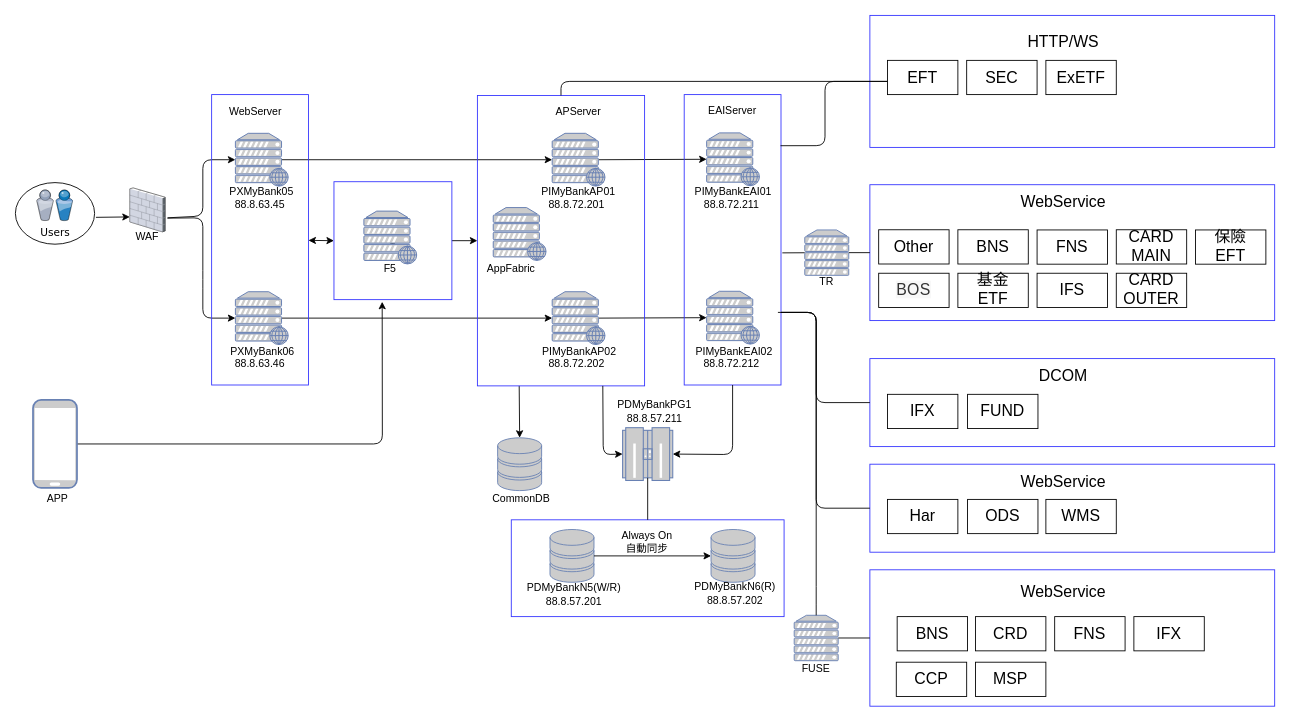
Above: 網銀架構圖.drawio in YuHaoLiaoTony/MyImage (draw.io), before the change. Source tidied: cells renumbered, new cells numbered last; positions are measured from the earlier drawing's top-left corner, leaving out a move shared by most shapes. Both pictures are drawn from the tidied source at 88%, with x=0, y=0 at pixel (15, 15).
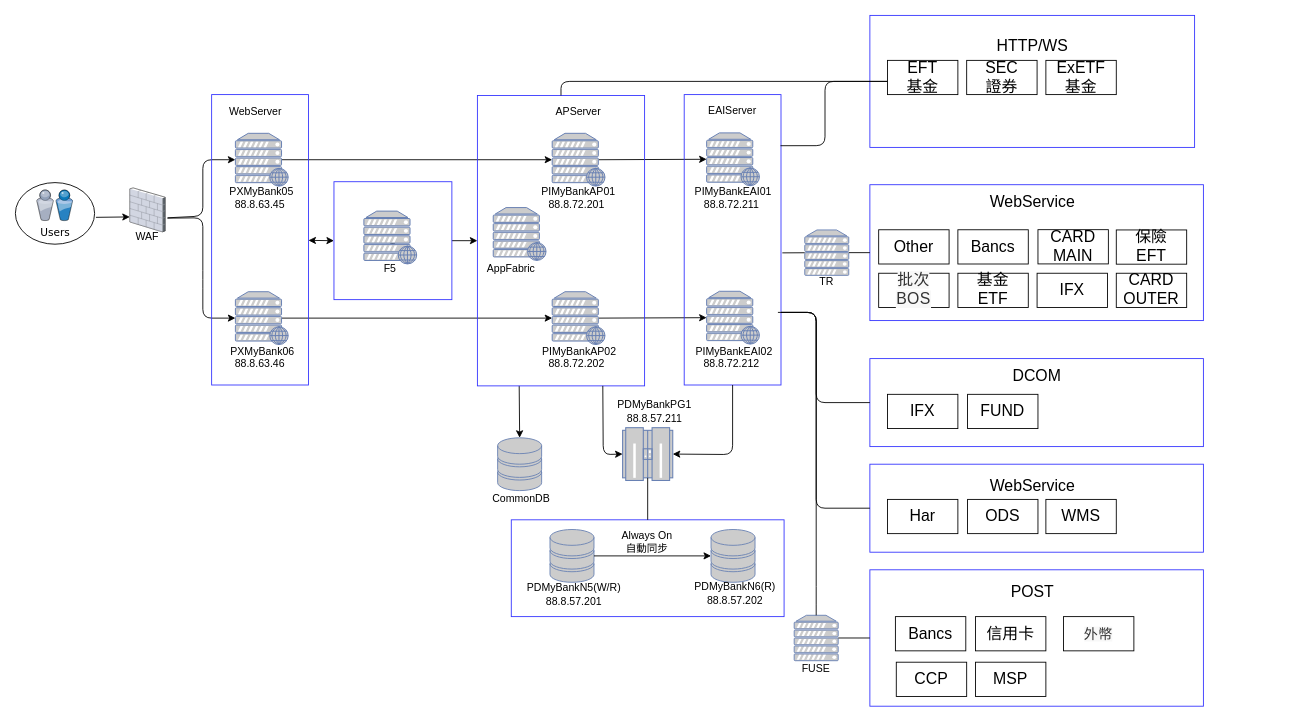
After the change.

The change refers to these unchanged cells:
```xml
<mxCell id="60" value="1" style="whiteSpace=wrap;html=1;strokeColor=#3333FF;fillColor=none;" parent="1" vertex="1">
  <mxGeometry x="362" y="189" width="134" height="134" as="geometry" />
</mxCell>
```

Change to the diagram source:
```diff
@@
-    <mxCell id="24" style="endArrow=classic;html=1;exitX=1;exitY=0.5;exitDx=0;exitDy=0;exitPerimeter=0;entryX=0.409;entryY=1.018;entryDx=0;entryDy=0;entryPerimeter=0;" parent="1" edge="1" source="27" target="60">
-      <mxGeometry relative="1" as="geometry">
-        <Array as="points">
-          <mxPoint x="417" y="487" />
-        </Array>
-      </mxGeometry>
-    </mxCell>
@@
-    <mxCell id="26" style="group;" parent="1" vertex="1">
-      <mxGeometry x="20" y="437" width="50" height="123" as="geometry" />
-    </mxCell>
-    <mxCell id="27" style="fontColor=#0066CC;verticalAlign=top;verticalLabelPosition=bottom;labelPosition=center;align=center;html=1;outlineConnect=0;fillColor=#CCCCCC;strokeColor=#6881B3;gradientColor=none;gradientDirection=north;strokeWidth=2;shape=mxgraph.networks.mobile;" parent="26" vertex="1">
-      <mxGeometry width="50" height="100" as="geometry" />
-    </mxCell>
-    <mxCell id="28" value="APP" style="text;html=1;strokeColor=none;fillColor=none;align=center;verticalAlign=middle;whiteSpace=wrap;rounded=0;" parent="26" vertex="1">
-      <mxGeometry x="8" y="103" width="40" height="20" as="geometry" />
-    </mxCell>
@@
     <mxCell id="79" style="rounded=0;whiteSpace=wrap;html=1;strokeColor=#3333FF;fillColor=none;fontSize=18;" parent="1" vertex="1">
-      <mxGeometry x="971" y="192.4" width="460" height="154.4" as="geometry" />
+      <mxGeometry x="971" y="192.4" width="379" height="154.4" as="geometry" />
     </mxCell>
@@
     <mxCell id="81" value="WebService" style="text;html=1;strokeColor=none;fillColor=none;align=center;verticalAlign=middle;whiteSpace=wrap;rounded=0;fontSize=18;" parent="1" vertex="1">
-      <mxGeometry x="1141" y="202.4" width="100" height="20" as="geometry" />
+      <mxGeometry x="1105.5" y="202.4" width="100" height="20" as="geometry" />
     </mxCell>
     <mxCell id="82" style="rounded=0;whiteSpace=wrap;html=1;strokeColor=#3333FF;fillColor=none;fontSize=18;" parent="1" vertex="1">
-      <mxGeometry x="971" y="390" width="460" height="100" as="geometry" />
+      <mxGeometry x="971" y="390" width="379" height="100" as="geometry" />
     </mxCell>
     <mxCell id="83" value="DCOM" style="text;html=1;strokeColor=none;fillColor=none;align=center;verticalAlign=middle;whiteSpace=wrap;rounded=0;fontSize=18;" parent="1" vertex="1">
-      <mxGeometry x="1141" y="400" width="100" height="20" as="geometry" />
+      <mxGeometry x="1110.5" y="400" width="100" height="20" as="geometry" />
     </mxCell>
@@
     <mxCell id="85" style="rounded=0;whiteSpace=wrap;html=1;strokeColor=#3333FF;fillColor=none;fontSize=18;" parent="1" vertex="1">
-      <mxGeometry x="971" y="510" width="460" height="100" as="geometry" />
+      <mxGeometry x="971" y="510" width="379" height="100" as="geometry" />
     </mxCell>
     <mxCell id="86" value="WebService" style="text;html=1;strokeColor=none;fillColor=none;align=center;verticalAlign=middle;whiteSpace=wrap;rounded=0;fontSize=18;" parent="1" vertex="1">
-      <mxGeometry x="1141" y="520" width="100" height="20" as="geometry" />
+      <mxGeometry x="1105.5" y="525" width="100" height="20" as="geometry" />
     </mxCell>
@@
     <mxCell id="88" style="rounded=0;whiteSpace=wrap;html=1;strokeColor=#3333FF;fillColor=none;fontSize=18;" parent="1" vertex="1">
-      <mxGeometry x="971" width="460" height="150" as="geometry" />
+      <mxGeometry x="971" width="369" height="150" as="geometry" />
     </mxCell>
     <mxCell id="89" value="HTTP/WS" style="text;html=1;strokeColor=none;fillColor=none;align=center;verticalAlign=middle;whiteSpace=wrap;rounded=0;fontSize=18;" parent="1" vertex="1">
-      <mxGeometry x="1111" y="20" width="160" height="20" as="geometry" />
+      <mxGeometry x="1075.5" y="25" width="160" height="20" as="geometry" />
     </mxCell>
@@
     <mxCell id="96" style="rounded=0;whiteSpace=wrap;html=1;strokeColor=#3333FF;fillColor=none;fontSize=18;" parent="1" vertex="1">
-      <mxGeometry x="971" y="630" width="460" height="155" as="geometry" />
+      <mxGeometry x="971" y="630" width="379" height="155" as="geometry" />
     </mxCell>
@@
-    <mxCell id="99" value="BNS" style="rounded=0;whiteSpace=wrap;html=1;fontSize=18;" parent="1" vertex="1">
+    <mxCell id="99" value="Bancs" style="rounded=0;whiteSpace=wrap;html=1;fontSize=18;" parent="1" vertex="1">
       <mxGeometry x="1071" y="243.6" width="80" height="38.9" as="geometry" />
     </mxCell>
-    <mxCell id="100" value="FNS" style="rounded=0;whiteSpace=wrap;html=1;fontSize=18;" parent="1" vertex="1">
-      <mxGeometry x="1161" y="243.8" width="80" height="38.9" as="geometry" />
-    </mxCell>
     <mxCell id="101" value="CARD MAIN" style="rounded=0;whiteSpace=wrap;html=1;fontSize=18;" parent="1" vertex="1">
-      <mxGeometry x="1251" y="243.6" width="80" height="38.9" as="geometry" />
+      <mxGeometry x="1162" y="243.5" width="80" height="38.9" as="geometry" />
     </mxCell>
@@
-    <mxCell id="103" value="IFS" style="rounded=0;whiteSpace=wrap;html=1;fontSize=18;" parent="1" vertex="1">
+    <mxCell id="103" value="IFX" style="rounded=0;whiteSpace=wrap;html=1;fontSize=18;" parent="1" vertex="1">
       <mxGeometry x="1161" y="293" width="80" height="38.9" as="geometry" />
     </mxCell>
@@
-    <mxCell id="105" value="&lt;span style=&quot;color: rgb(51, 51, 51); font-size: 18px; letter-spacing: 0.35px; background-color: rgb(248, 248, 248);&quot;&gt;BOS&lt;/span&gt;" style="rounded=0;whiteSpace=wrap;html=1;fontSize=18;" parent="1" vertex="1">
+    <mxCell id="105" value="&lt;span style=&quot;color: rgb(51 , 51 , 51) ; font-size: 18px ; letter-spacing: 0.35px ; background-color: rgb(248 , 248 , 248)&quot;&gt;批次&lt;br&gt;BOS&lt;/span&gt;" style="rounded=0;whiteSpace=wrap;html=1;fontSize=18;" parent="1" vertex="1">
       <mxGeometry x="981" y="293" width="80" height="38.9" as="geometry" />
     </mxCell>
     <mxCell id="106" value="保險&lt;br style=&quot;font-size: 18px;&quot;&gt;EFT" style="rounded=0;whiteSpace=wrap;html=1;fontSize=18;" parent="1" vertex="1">
-      <mxGeometry x="1341" y="243.8" width="80" height="38.9" as="geometry" />
+      <mxGeometry x="1251" y="243.8" width="80" height="38.9" as="geometry" />
     </mxCell>
@@
-    <mxCell id="112" value="BNS" style="rounded=0;whiteSpace=wrap;html=1;fontSize=18;" parent="1" vertex="1">
-      <mxGeometry x="1002" y="683.2" width="80" height="38.9" as="geometry" />
-    </mxCell>
-    <mxCell id="113" value="WebService" style="text;html=1;strokeColor=none;fillColor=none;align=center;verticalAlign=middle;whiteSpace=wrap;rounded=0;fontSize=18;" parent="1" vertex="1">
-      <mxGeometry x="1141" y="645.4" width="100" height="20" as="geometry" />
+    <mxCell id="113" value="POST" style="text;html=1;strokeColor=none;fillColor=none;align=center;verticalAlign=middle;whiteSpace=wrap;rounded=0;fontSize=18;" parent="1" vertex="1">
+      <mxGeometry x="1105.5" y="645.4" width="100" height="20" as="geometry" />
     </mxCell>
-    <mxCell id="114" value="CRD" style="rounded=0;whiteSpace=wrap;html=1;fontSize=18;" parent="1" vertex="1">
+    <mxCell id="114" value="信用卡" style="rounded=0;whiteSpace=wrap;html=1;fontSize=18;" parent="1" vertex="1">
       <mxGeometry x="1091" y="683.2" width="80" height="38.9" as="geometry" />
     </mxCell>
-    <mxCell id="115" value="FNS" style="rounded=0;whiteSpace=wrap;html=1;fontSize=18;" parent="1" vertex="1">
-      <mxGeometry x="1181" y="683.2" width="80" height="38.9" as="geometry" />
+    <mxCell id="115" value="Bancs" style="rounded=0;whiteSpace=wrap;html=1;fontSize=18;" parent="1" vertex="1">
+      <mxGeometry x="1000" y="683.2" width="80" height="38.9" as="geometry" />
     </mxCell>
-    <mxCell id="116" value="EFT" style="rounded=0;whiteSpace=wrap;html=1;fontSize=18;" parent="1" vertex="1">
+    <mxCell id="116" value="EFT&lt;br&gt;基金" style="rounded=0;whiteSpace=wrap;html=1;fontSize=18;" parent="1" vertex="1">
       <mxGeometry x="991" y="51.1" width="80" height="38.9" as="geometry" />
     </mxCell>
-    <mxCell id="117" value="ExETF" style="rounded=0;whiteSpace=wrap;html=1;fontSize=18;" parent="1" vertex="1">
+    <mxCell id="117" value="ExETF&lt;br&gt;基金" style="rounded=0;whiteSpace=wrap;html=1;fontSize=18;" parent="1" vertex="1">
       <mxGeometry x="1171" y="51.1" width="80" height="38.9" as="geometry" />
     </mxCell>
-    <mxCell id="118" value="SEC" style="rounded=0;whiteSpace=wrap;html=1;fontSize=18;" parent="1" vertex="1">
+    <mxCell id="118" value="SEC&lt;br&gt;證券" style="rounded=0;whiteSpace=wrap;html=1;fontSize=18;" parent="1" vertex="1">
       <mxGeometry x="1081" y="51.1" width="80" height="38.9" as="geometry" />
     </mxCell>
-    <mxCell id="119" value="IFX" style="rounded=0;whiteSpace=wrap;html=1;fontSize=18;" parent="1" vertex="1">
-      <mxGeometry x="1271" y="683.2" width="80" height="38.9" as="geometry" />
+    <mxCell id="119" value="&lt;span style=&quot;color: rgb(51 , 51 , 51) ; font-family: , &amp;#34;blinkmacsystemfont&amp;#34; , &amp;#34;segoe ui&amp;#34; , &amp;#34;helvetica neue&amp;#34; , &amp;#34;helvetica&amp;#34; , &amp;#34;roboto&amp;#34; , &amp;#34;arial&amp;#34; , &amp;#34;pingfang tc&amp;#34; , &amp;#34;microsoft jhenghei&amp;#34; , , sans-serif , &amp;#34;apple color emoji&amp;#34; , &amp;#34;segoe ui emoji&amp;#34; , &amp;#34;segoe ui symbol&amp;#34; ; font-size: 16px ; letter-spacing: 0.35px ; background-color: rgb(248 , 248 , 248)&quot;&gt;外幣&lt;/span&gt;" style="rounded=0;whiteSpace=wrap;html=1;fontSize=18;" parent="1" vertex="1">
+      <mxGeometry x="1191" y="683.2" width="80" height="38.9" as="geometry" />
     </mxCell>
```
